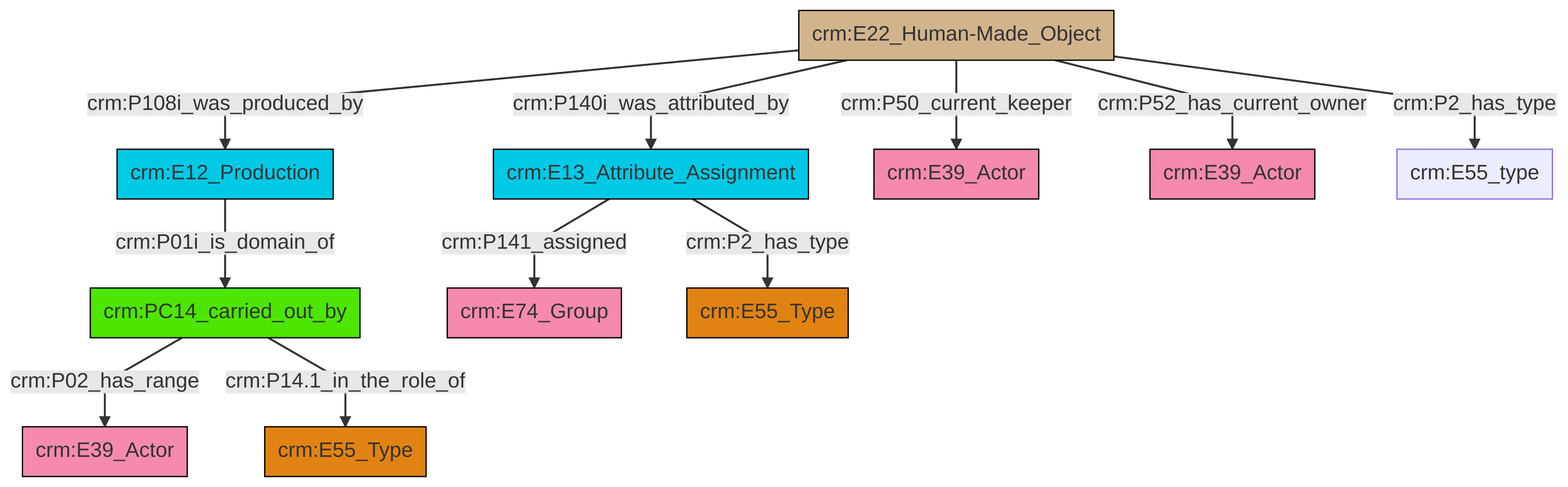
Above: et/artworkCSV/ttl/mmd/png/Artwork_Actor_Relations.png in swiss-art-research-net/reference-data-models (Mermaid), before the change. Its source is kept beside it as et/artworkCSV/ttl/mmd/Artwork_Actor_Relations.ttl.mmd.
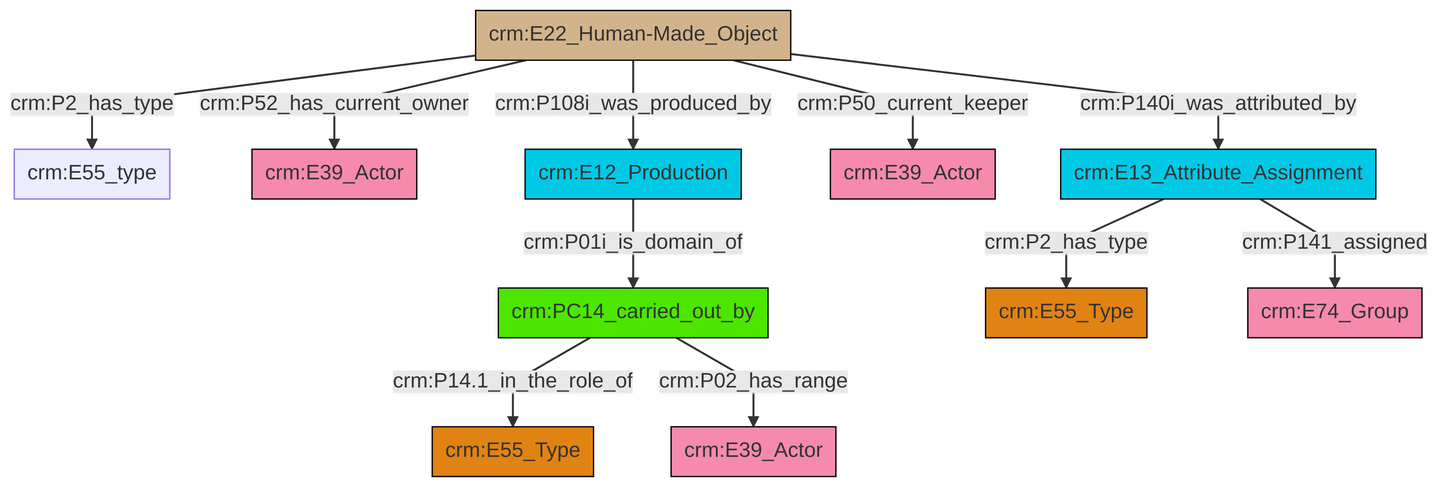
After the change.

Diff of the diagram source:
```diff
@@ -13,13 +13,13 @@
 classDef PC_Classes fill:#4ce600, stroke:#000000;
 classDef Multi fill:#cccccc,stroke:#000000;
 
-2["crm:PC14_carried_out_by"]:::PC_Classes -->|crm:P02_has_range| 0["crm:E39_Actor"]:::Actor
-3["crm:E12_Production"]:::Temporal_Entity -->|crm:P01i_is_domain_of| 2["crm:PC14_carried_out_by"]:::PC_Classes
-4["crm:E22_Human-Made_Object"]:::Physical_Thing -->|crm:P108i_was_produced_by| 3["crm:E12_Production"]:::Temporal_Entity
-4["crm:E22_Human-Made_Object"]:::Physical_Thing -->|crm:P140i_was_attributed_by| 7["crm:E13_Attribute_Assignment"]:::Temporal_Entity
-4["crm:E22_Human-Made_Object"]:::Physical_Thing -->|crm:P50_current_keeper| 10["crm:E39_Actor"]:::Actor
-7["crm:E13_Attribute_Assignment"]:::Temporal_Entity -->|crm:P141_assigned| 12["crm:E74_Group"]:::Actor
-7["crm:E13_Attribute_Assignment"]:::Temporal_Entity -->|crm:P2_has_type| 13["crm:E55_Type"]:::Type
-2["crm:PC14_carried_out_by"]:::PC_Classes -->|crm:P14.1_in_the_role_of| 8["crm:E55_Type"]:::Type
-4["crm:E22_Human-Made_Object"]:::Physical_Thing -->|crm:P52_has_current_owner| 16["crm:E39_Actor"]:::Actor
-4["crm:E22_Human-Made_Object"]:::Physical_Thing -->|crm:P2_has_type| 19["crm:E55_type"]:::Default
+0["crm:E22_Human-Made_Object"]:::Physical_Thing -->|crm:P2_has_type| 1["crm:E55_type"]:::Default
+6["crm:PC14_carried_out_by"]:::PC_Classes -->|crm:P14.1_in_the_role_of| 7["crm:E55_Type"]:::Type
+0["crm:E22_Human-Made_Object"]:::Physical_Thing -->|crm:P52_has_current_owner| 13["crm:E39_Actor"]:::Actor
+0["crm:E22_Human-Made_Object"]:::Physical_Thing -->|crm:P108i_was_produced_by| 2["crm:E12_Production"]:::Temporal_Entity
+2["crm:E12_Production"]:::Temporal_Entity -->|crm:P01i_is_domain_of| 6["crm:PC14_carried_out_by"]:::PC_Classes
+0["crm:E22_Human-Made_Object"]:::Physical_Thing -->|crm:P50_current_keeper| 16["crm:E39_Actor"]:::Actor
+14["crm:E13_Attribute_Assignment"]:::Temporal_Entity -->|crm:P2_has_type| 4["crm:E55_Type"]:::Type
+0["crm:E22_Human-Made_Object"]:::Physical_Thing -->|crm:P140i_was_attributed_by| 14["crm:E13_Attribute_Assignment"]:::Temporal_Entity
+14["crm:E13_Attribute_Assignment"]:::Temporal_Entity -->|crm:P141_assigned| 10["crm:E74_Group"]:::Actor
+6["crm:PC14_carried_out_by"]:::PC_Classes -->|crm:P02_has_range| 8["crm:E39_Actor"]:::Actor
```
